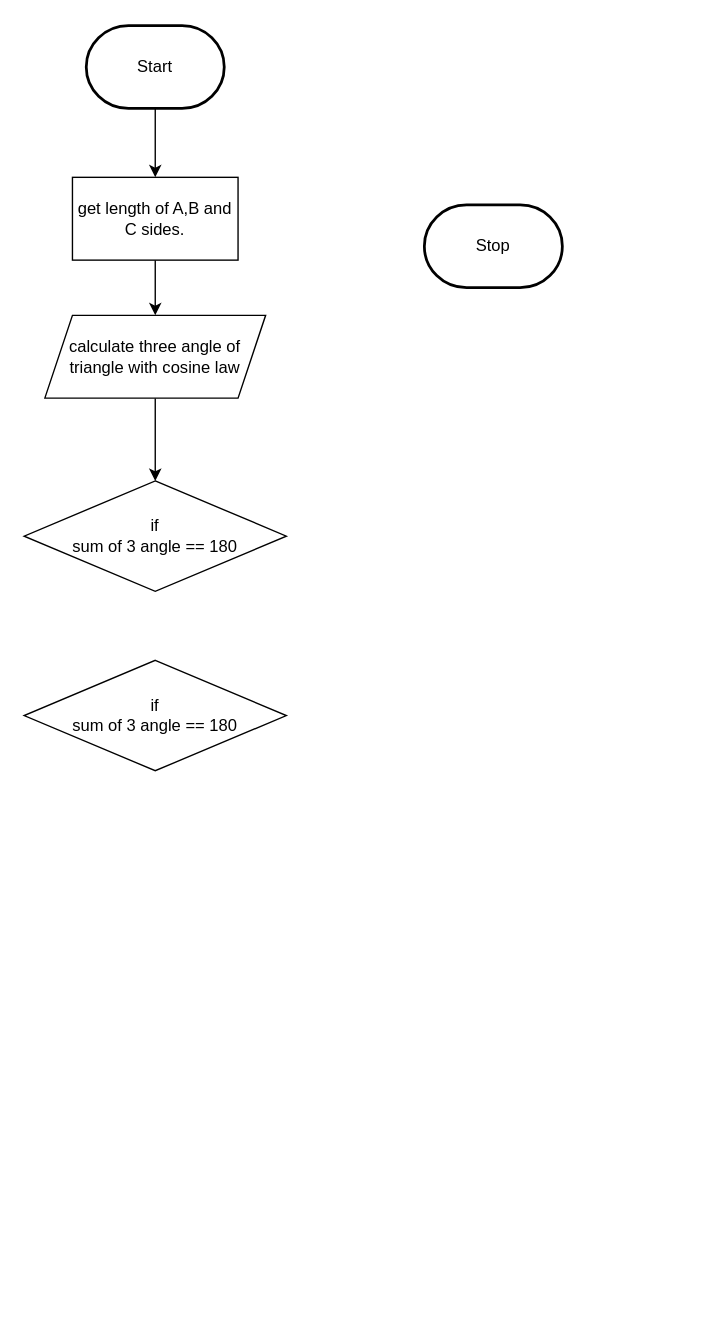
Before: design/flowchart.drawio in MTHS-ICD2O-1-2023/ICD2O-Unit-5-05-yoochan-han, a draw.io diagram. Source tidied: cells renumbered, new cells numbered last; positions are measured from the earlier drawing's top-left corner, leaving out a move shared by most shapes. Both pictures are drawn from the tidied source at 138%, with x=0, y=0 at pixel (23, 25).
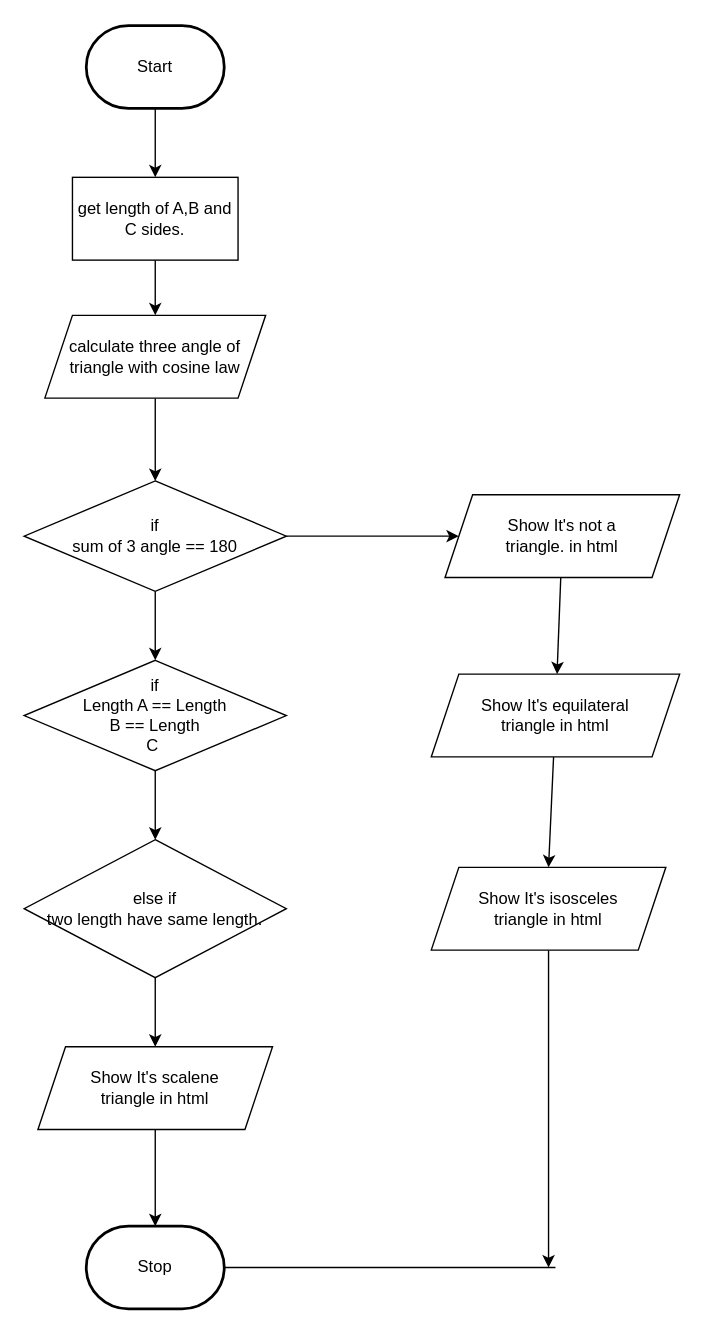
Above is the later version.

The change refers to these unchanged cells:
```xml
<mxCell id="9" value="if&lt;br&gt;sum of 3 angle == 180" style="rhombus;whiteSpace=wrap;html=1;" parent="1" vertex="1">
  <mxGeometry y="330" width="190" height="80" as="geometry" />
</mxCell>
```

The edit, as a diff of the source:
```diff
@@
     <mxCell id="4" value="Stop" style="strokeWidth=2;html=1;shape=mxgraph.flowchart.terminator;whiteSpace=wrap;" parent="1" vertex="1">
-      <mxGeometry x="290" y="130" width="100" height="60" as="geometry" />
+      <mxGeometry x="45" y="870" width="100" height="60" as="geometry" />
     </mxCell>
@@
+    <mxCell id="11" style="edgeStyle=none;html=1;entryX=0.5;entryY=0;entryDx=0;entryDy=0;" parent="1" edge="1" source="9" target="10">
+      <mxGeometry relative="1" as="geometry" />
+    </mxCell>
+    <mxCell id="12" style="edgeStyle=none;html=1;" parent="1" edge="1" source="9" target="15">
+      <mxGeometry relative="1" as="geometry" />
+    </mxCell>
@@
+    <mxCell id="13" style="edgeStyle=none;html=1;entryX=0.5;entryY=0;entryDx=0;entryDy=0;" parent="1" edge="1" source="10" target="17">
+      <mxGeometry relative="1" as="geometry" />
+    </mxCell>
-    <mxCell id="10" value="if&lt;br&gt;sum of 3 angle == 180" style="rhombus;whiteSpace=wrap;html=1;" parent="1" vertex="1">
+    <mxCell id="10" value="if&lt;br&gt;Length A == Length&lt;br&gt;B == Length&lt;br&gt;C&amp;nbsp;" style="rhombus;whiteSpace=wrap;html=1;" parent="1" vertex="1">
       <mxGeometry y="460" width="190" height="80" as="geometry" />
     </mxCell>
+    <mxCell id="14" style="edgeStyle=none;html=1;" parent="1" edge="1" source="15" target="19">
+      <mxGeometry relative="1" as="geometry" />
+    </mxCell>
+    <mxCell id="15" value="Show It's not a &lt;br&gt;triangle. in html" style="shape=parallelogram;perimeter=parallelogramPerimeter;whiteSpace=wrap;html=1;fixedSize=1;" parent="1" vertex="1">
+      <mxGeometry x="305" y="340" width="170" height="60" as="geometry" />
+    </mxCell>
+    <mxCell id="16" style="edgeStyle=none;html=1;entryX=0.5;entryY=0;entryDx=0;entryDy=0;" parent="1" edge="1" source="17" target="23">
+      <mxGeometry relative="1" as="geometry" />
+    </mxCell>
+    <mxCell id="17" value="else if&lt;br&gt;two length have same length." style="rhombus;whiteSpace=wrap;html=1;" parent="1" vertex="1">
+      <mxGeometry y="590" width="190" height="100" as="geometry" />
+    </mxCell>
+    <mxCell id="18" style="edgeStyle=none;html=1;entryX=0.5;entryY=0;entryDx=0;entryDy=0;" parent="1" edge="1" source="19" target="21">
+      <mxGeometry relative="1" as="geometry" />
+    </mxCell>
+    <mxCell id="19" value="Show It's equilateral &lt;br&gt;triangle in html" style="shape=parallelogram;perimeter=parallelogramPerimeter;whiteSpace=wrap;html=1;fixedSize=1;" parent="1" vertex="1">
+      <mxGeometry x="295" y="470" width="180" height="60" as="geometry" />
+    </mxCell>
+    <mxCell id="20" style="edgeStyle=none;html=1;" parent="1" edge="1" source="21">
+      <mxGeometry relative="1" as="geometry">
+        <mxPoint x="380" y="900" as="targetPoint" />
+      </mxGeometry>
+    </mxCell>
+    <mxCell id="21" value="Show It's isosceles &lt;br&gt;triangle in html" style="shape=parallelogram;perimeter=parallelogramPerimeter;whiteSpace=wrap;html=1;fixedSize=1;" parent="1" vertex="1">
+      <mxGeometry x="295" y="610" width="170" height="60" as="geometry" />
+    </mxCell>
+    <mxCell id="22" style="edgeStyle=none;html=1;" parent="1" edge="1" source="23" target="4">
+      <mxGeometry relative="1" as="geometry" />
+    </mxCell>
+    <mxCell id="23" value="Show It's scalene &lt;br&gt;triangle in html" style="shape=parallelogram;perimeter=parallelogramPerimeter;whiteSpace=wrap;html=1;fixedSize=1;" parent="1" vertex="1">
+      <mxGeometry x="10" y="740" width="170" height="60" as="geometry" />
+    </mxCell>
+    <mxCell id="24" style="endArrow=none;html=1;" parent="1" edge="1" source="4">
+      <mxGeometry relative="1" as="geometry">
+        <mxPoint x="385" y="900" as="targetPoint" />
+      </mxGeometry>
+    </mxCell>
```
